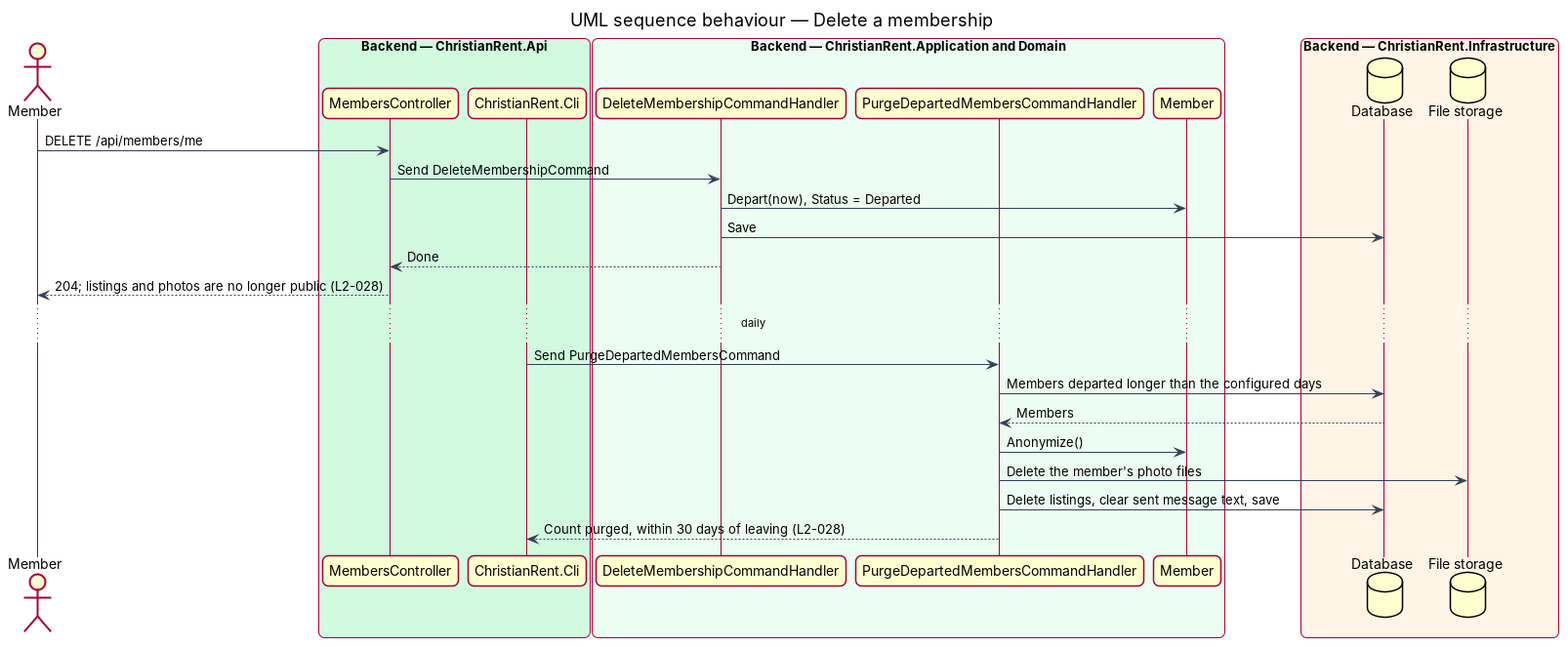
QuinntyneBrown/christian-rent keeps this PlantUML diagram as docs/detailed-designs/platform/handle-member-data/diagrams/sequence-leave.png. Above is the earlier version. Its source is kept beside it as docs/detailed-designs/platform/handle-member-data/diagrams/sequence-leave.puml.
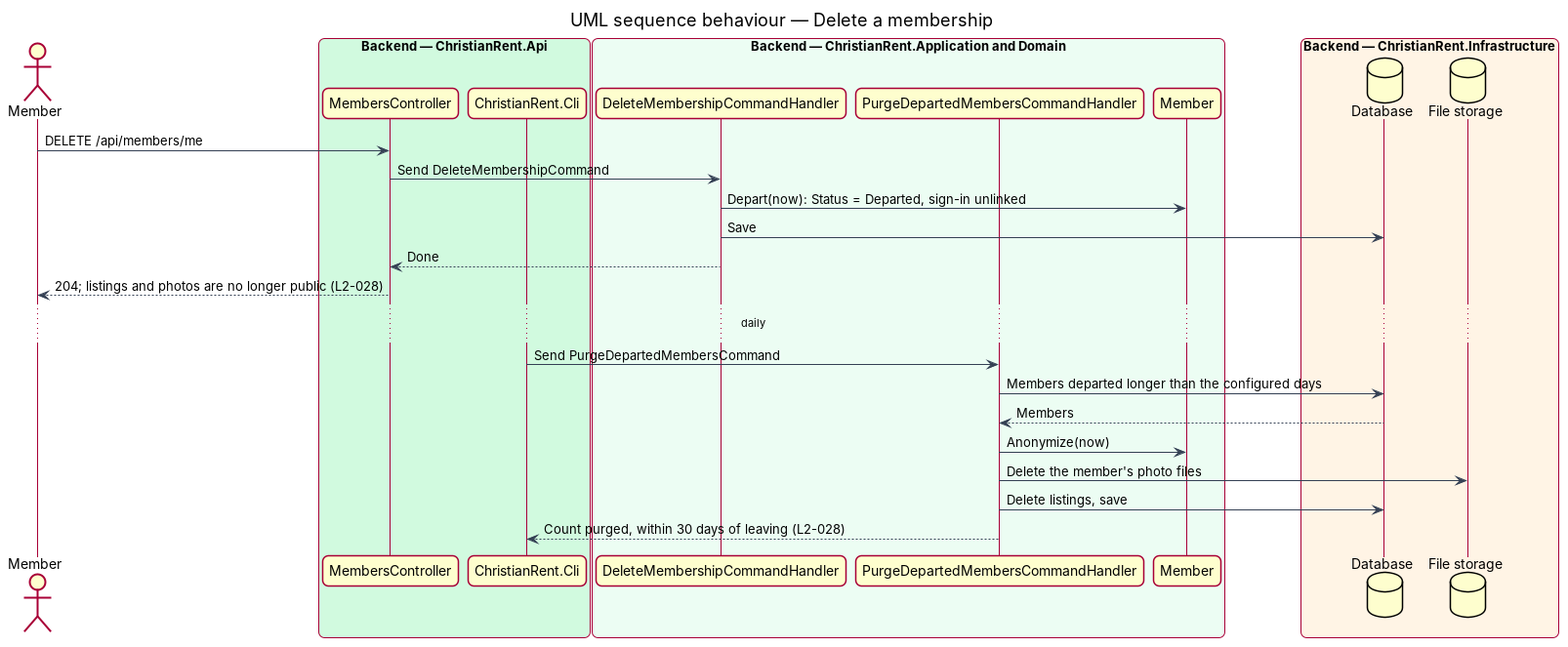
Above is the later version.

Change to the diagram source:
```diff
@@ -30,7 +30,7 @@
 end box
 actor -> ctrl : DELETE /api/members/me
 ctrl -> del : Send DeleteMembershipCommand
-del -> member : Depart(now), Status = Departed
+del -> member : Depart(now): Status = Departed, sign-in unlinked
 del -> db : Save
 del --> ctrl : Done
 ctrl --> actor : 204; listings and photos are no longer public (L2-028)
@@ -38,8 +38,8 @@
 cli -> purge : Send PurgeDepartedMembersCommand
 purge -> db : Members departed longer than the configured days
 db --> purge : Members
-purge -> member : Anonymize()
+purge -> member : Anonymize(now)
 purge -> files : Delete the member's photo files
-purge -> db : Delete listings, clear sent message text, save
+purge -> db : Delete listings, save
 purge --> cli : Count purged, within 30 days of leaving (L2-028)
 @enduml
```
